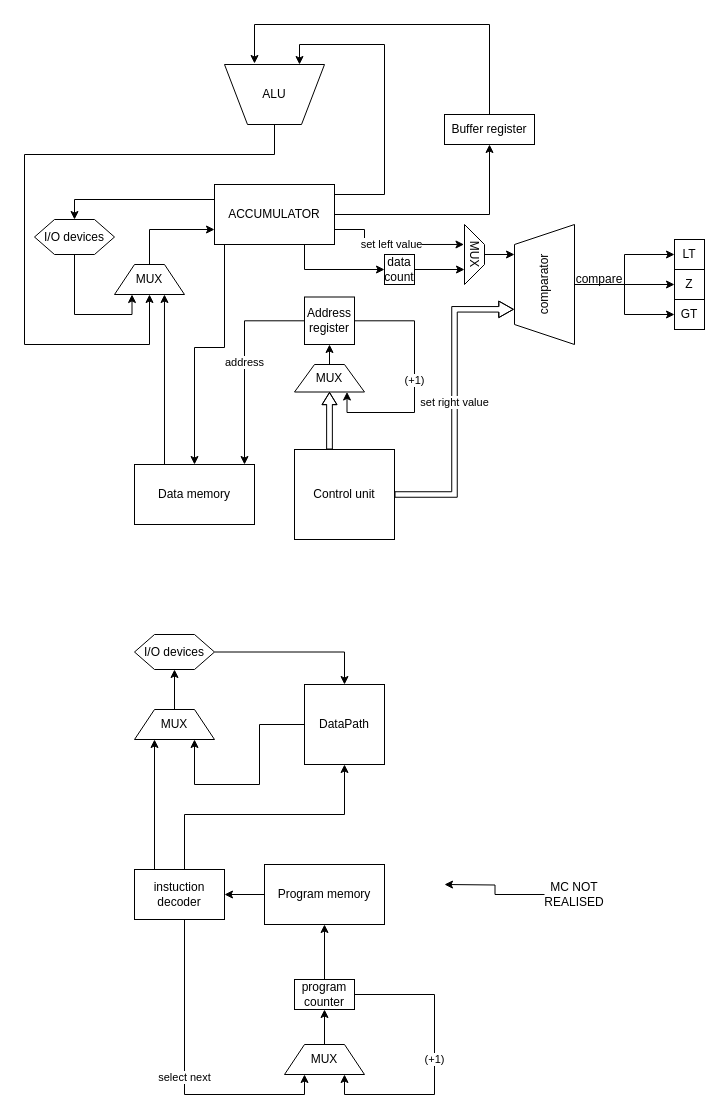
lubitelkvokk/csa_lab3 keeps this draw.io diagram as DataPathModel.drawio. Above is the earlier version. Source tidied: cells renumbered, new cells numbered last; positions are measured from the earlier drawing's top-left corner, leaving out a move shared by most shapes. Both pictures are drawn from the tidied source at 100%, with x=0, y=0 at pixel (24, 24).
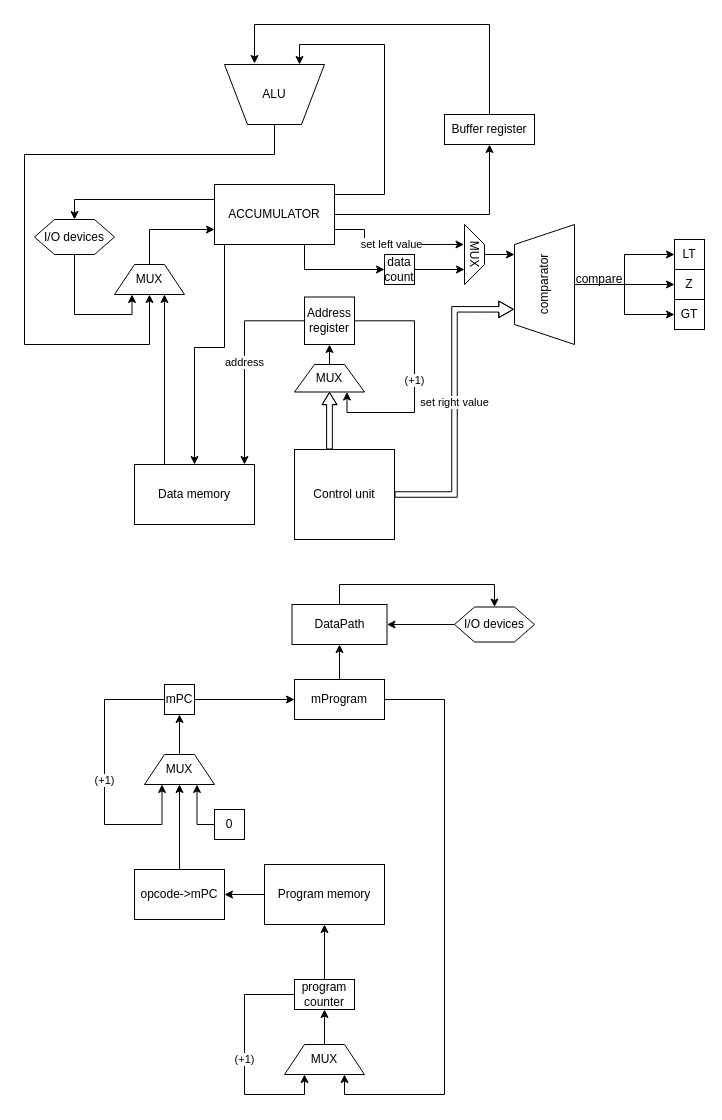
Above is the later version.

The change refers to these unchanged cells:
```xml
<mxCell id="10" value="program counter" style="rounded=0;whiteSpace=wrap;html=1;" parent="1" vertex="1">
  <mxGeometry x="270" y="955" width="60" height="30" as="geometry" />
</mxCell>
<mxCell id="27" value="MUX" style="shape=trapezoid;perimeter=trapezoidPerimeter;whiteSpace=wrap;html=1;fixedSize=1;" parent="1" vertex="1">
  <mxGeometry x="260" y="1020" width="80" height="30" as="geometry" />
</mxCell>
```

The edit, as a diff of the source:
```diff
@@
-    <mxCell id="8" value="(+1)" style="edgeStyle=orthogonalEdgeStyle;rounded=0;jettySize=auto;html=1;entryX=0.75;entryY=1;entryDx=0;entryDy=0;" parent="1" edge="1" source="10" target="27">
+    <mxCell id="8" value="(+1)" style="edgeStyle=orthogonalEdgeStyle;rounded=0;jettySize=auto;html=1;entryX=0.25;entryY=1;entryDx=0;entryDy=0;" parent="1" edge="1" source="10" target="27">
       <mxGeometry relative="1" as="geometry">
         <Array as="points">
-          <mxPoint x="410" y="970" />
-          <mxPoint x="410" y="1070" />
-          <mxPoint x="320" y="1070" />
+          <mxPoint x="220" y="970" />
+          <mxPoint x="220" y="1070" />
+          <mxPoint x="280" y="1070" />
         </Array>
       </mxGeometry>
     </mxCell>
@@
-    <mxCell id="24" style="edgeStyle=orthogonalEdgeStyle;rounded=0;jettySize=auto;html=1;entryX=0.75;entryY=1;entryDx=0;entryDy=0;" parent="1" edge="1" source="25" target="52">
-      <mxGeometry relative="1" as="geometry" />
-    </mxCell>
-    <mxCell id="25" value="DataPath" style="whiteSpace=wrap;html=1;" parent="1" vertex="1">
-      <mxGeometry x="280" y="660" width="80" height="80" as="geometry" />
-    </mxCell>
@@
-    <mxCell id="28" style="edgeStyle=orthogonalEdgeStyle;rounded=0;jettySize=auto;html=1;entryX=0.5;entryY=1;entryDx=0;entryDy=0;" parent="1" edge="1" source="31" target="25">
-      <mxGeometry relative="1" as="geometry">
-        <Array as="points">
-          <mxPoint x="160" y="790" />
-          <mxPoint x="320" y="790" />
-        </Array>
-      </mxGeometry>
-    </mxCell>
-    <mxCell id="29" value="select next" style="edgeStyle=orthogonalEdgeStyle;rounded=0;jettySize=auto;html=1;entryX=0.25;entryY=1;entryDx=0;entryDy=0;" parent="1" edge="1" source="31" target="27">
-      <mxGeometry relative="1" as="geometry">
-        <Array as="points">
-          <mxPoint x="160" y="1070" />
-          <mxPoint x="280" y="1070" />
-        </Array>
-      </mxGeometry>
-    </mxCell>
-    <mxCell id="30" style="edgeStyle=orthogonalEdgeStyle;rounded=0;jettySize=auto;html=1;exitX=0.25;exitY=0;exitDx=0;exitDy=0;entryX=0.25;entryY=1;entryDx=0;entryDy=0;" parent="1" edge="1" source="31" target="52">
-      <mxGeometry relative="1" as="geometry">
-        <Array as="points">
-          <mxPoint x="130" y="845" />
-        </Array>
-      </mxGeometry>
+    <mxCell id="30" style="edgeStyle=orthogonalEdgeStyle;rounded=0;jettySize=auto;html=1;entryX=0.5;entryY=1;entryDx=0;entryDy=0;" parent="1" edge="1" source="31" target="52">
+      <mxGeometry relative="1" as="geometry" />
     </mxCell>
-    <mxCell id="31" value="instuction decoder" style="rounded=0;whiteSpace=wrap;html=1;" parent="1" vertex="1">
+    <mxCell id="31" value="opcode-&amp;gt;mPC" style="rounded=0;whiteSpace=wrap;html=1;" parent="1" vertex="1">
       <mxGeometry x="110" y="845" width="90" height="50" as="geometry" />
     </mxCell>
-    <mxCell id="32" style="edgeStyle=orthogonalEdgeStyle;rounded=0;jettySize=auto;html=1;entryX=0.5;entryY=0;entryDx=0;entryDy=0;" parent="1" edge="1" source="33" target="25">
-      <mxGeometry relative="1" as="geometry" />
-    </mxCell>
-    <mxCell id="33" value="I/O devices" style="shape=hexagon;perimeter=hexagonPerimeter2;whiteSpace=wrap;html=1;fixedSize=1;" parent="1" vertex="1">
-      <mxGeometry x="110" y="610" width="80" height="35" as="geometry" />
-    </mxCell>
@@
-    <mxCell id="51" style="edgeStyle=orthogonalEdgeStyle;rounded=0;jettySize=auto;html=1;entryX=0.5;entryY=1;entryDx=0;entryDy=0;" parent="1" edge="1" source="52" target="33">
-      <mxGeometry relative="1" as="geometry" />
-    </mxCell>
-    <mxCell id="52" value="MUX" style="shape=trapezoid;perimeter=trapezoidPerimeter;whiteSpace=wrap;html=1;fixedSize=1;direction=east;" parent="1" vertex="1">
-      <mxGeometry x="110" y="685" width="80" height="30" as="geometry" />
-    </mxCell>
-    <mxCell id="53" style="edgeStyle=orthogonalEdgeStyle;rounded=0;jettySize=auto;html=1;" parent="1" edge="1" source="54">
-      <mxGeometry relative="1" as="geometry">
-        <mxPoint x="420" y="860" as="targetPoint" />
-      </mxGeometry>
-    </mxCell>
-    <mxCell id="54" value="MC NOT REALISED" style="text;html=1;align=center;verticalAlign=middle;whiteSpace=wrap;rounded=0;" parent="1" vertex="1">
-      <mxGeometry x="520" y="855" width="60" height="30" as="geometry" />
-    </mxCell>
@@
+    <mxCell id="59" style="edgeStyle=orthogonalEdgeStyle;rounded=0;jettySize=auto;html=1;entryX=0.5;entryY=1;entryDx=0;entryDy=0;" parent="1" edge="1" source="52" target="64">
+      <mxGeometry relative="1" as="geometry" />
+    </mxCell>
+    <mxCell id="52" value="MUX" style="shape=trapezoid;perimeter=trapezoidPerimeter;whiteSpace=wrap;html=1;fixedSize=1;" parent="1" vertex="1">
+      <mxGeometry x="120" y="730" width="70" height="30" as="geometry" />
+    </mxCell>
+    <mxCell id="60" style="edgeStyle=orthogonalEdgeStyle;rounded=0;jettySize=auto;html=1;exitX=0;exitY=0.5;exitDx=0;exitDy=0;entryX=0.75;entryY=1;entryDx=0;entryDy=0;" parent="1" edge="1" source="61" target="52">
+      <mxGeometry relative="1" as="geometry">
+        <Array as="points">
+          <mxPoint x="190" y="800" />
+          <mxPoint x="173" y="800" />
+        </Array>
+      </mxGeometry>
+    </mxCell>
+    <mxCell id="61" value="0" style="whiteSpace=wrap;html=1;" parent="1" vertex="1">
+      <mxGeometry x="190" y="785" width="30" height="30" as="geometry" />
+    </mxCell>
+    <mxCell id="62" value="(+1)" style="edgeStyle=orthogonalEdgeStyle;rounded=0;jettySize=auto;html=1;entryX=0.25;entryY=1;entryDx=0;entryDy=0;" parent="1" edge="1" source="64" target="52">
+      <mxGeometry relative="1" as="geometry">
+        <Array as="points">
+          <mxPoint x="80" y="675" />
+          <mxPoint x="80" y="800" />
+          <mxPoint x="138" y="800" />
+        </Array>
+      </mxGeometry>
+    </mxCell>
+    <mxCell id="63" style="edgeStyle=orthogonalEdgeStyle;rounded=0;jettySize=auto;html=1;entryX=0;entryY=0.5;entryDx=0;entryDy=0;" parent="1" edge="1" source="64" target="67">
+      <mxGeometry relative="1" as="geometry" />
+    </mxCell>
+    <mxCell id="64" value="mPC" style="whiteSpace=wrap;html=1;" parent="1" vertex="1">
+      <mxGeometry x="140" y="660" width="30" height="30" as="geometry" />
+    </mxCell>
+    <mxCell id="65" style="edgeStyle=orthogonalEdgeStyle;rounded=0;jettySize=auto;html=1;entryX=0.75;entryY=1;entryDx=0;entryDy=0;" parent="1" edge="1" source="67" target="27">
+      <mxGeometry relative="1" as="geometry">
+        <Array as="points">
+          <mxPoint x="420" y="675" />
+          <mxPoint x="420" y="1070" />
+          <mxPoint x="320" y="1070" />
+        </Array>
+      </mxGeometry>
+    </mxCell>
+    <mxCell id="66" style="edgeStyle=orthogonalEdgeStyle;rounded=0;jettySize=auto;html=1;" parent="1" edge="1" source="67" target="25">
+      <mxGeometry relative="1" as="geometry" />
+    </mxCell>
+    <mxCell id="67" value="mProgram" style="rounded=0;whiteSpace=wrap;html=1;" parent="1" vertex="1">
+      <mxGeometry x="270" y="655" width="90" height="40" as="geometry" />
+    </mxCell>
+    <mxCell id="68" style="edgeStyle=orthogonalEdgeStyle;rounded=0;jettySize=auto;html=1;entryX=0.5;entryY=0;entryDx=0;entryDy=0;" parent="1" edge="1" source="25" target="33">
+      <mxGeometry relative="1" as="geometry">
+        <Array as="points">
+          <mxPoint x="315" y="560" />
+          <mxPoint x="470" y="560" />
+        </Array>
+      </mxGeometry>
+    </mxCell>
+    <mxCell id="25" value="DataPath" style="rounded=0;whiteSpace=wrap;html=1;" parent="1" vertex="1">
+      <mxGeometry x="267.5" y="580" width="95" height="40" as="geometry" />
+    </mxCell>
+    <mxCell id="32" style="edgeStyle=orthogonalEdgeStyle;rounded=0;jettySize=auto;html=1;entryX=1;entryY=0.5;entryDx=0;entryDy=0;" parent="1" edge="1" source="33" target="25">
+      <mxGeometry relative="1" as="geometry" />
+    </mxCell>
+    <mxCell id="33" value="I/O devices" style="shape=hexagon;perimeter=hexagonPerimeter2;whiteSpace=wrap;html=1;fixedSize=1;" parent="1" vertex="1">
+      <mxGeometry x="430" y="582.5" width="80" height="35" as="geometry" />
+    </mxCell>
```
